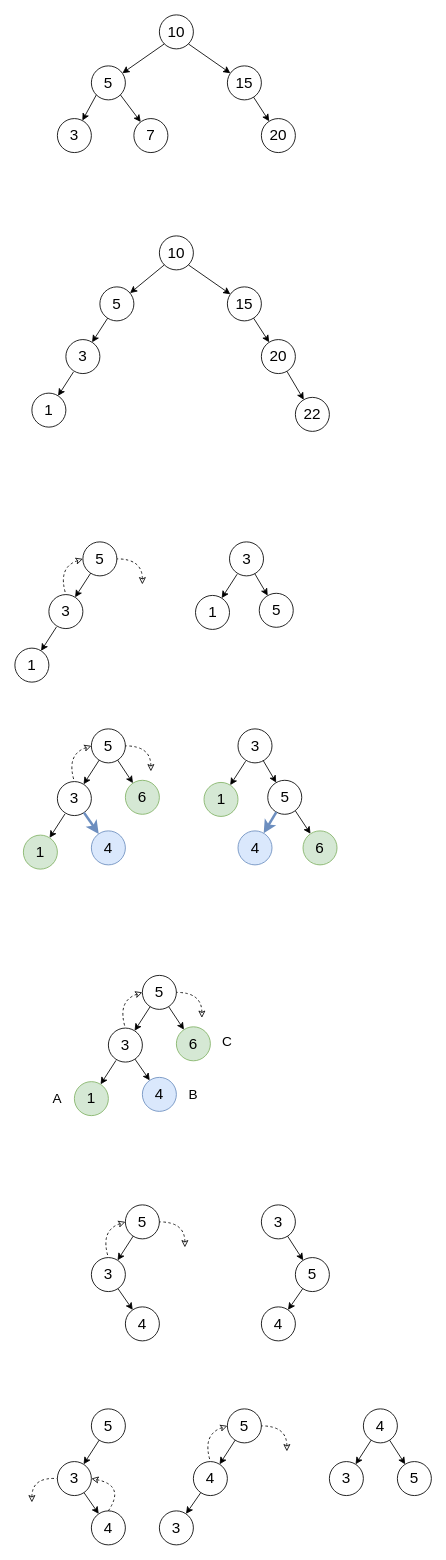
ascholerChemeketa/welcomeprogramming keeps this draw.io diagram as page "Page-1" (2 of 5) of external/images/balanced-trees/balancedtrees.drawio. Above is the earlier version. Source tidied: cells renumbered, new cells numbered last; positions are measured from the earlier drawing's top-left corner, leaving out a move shared by most shapes. Both pictures are drawn from the tidied source at 85%, with x=0, y=0 at pixel (14, 14).
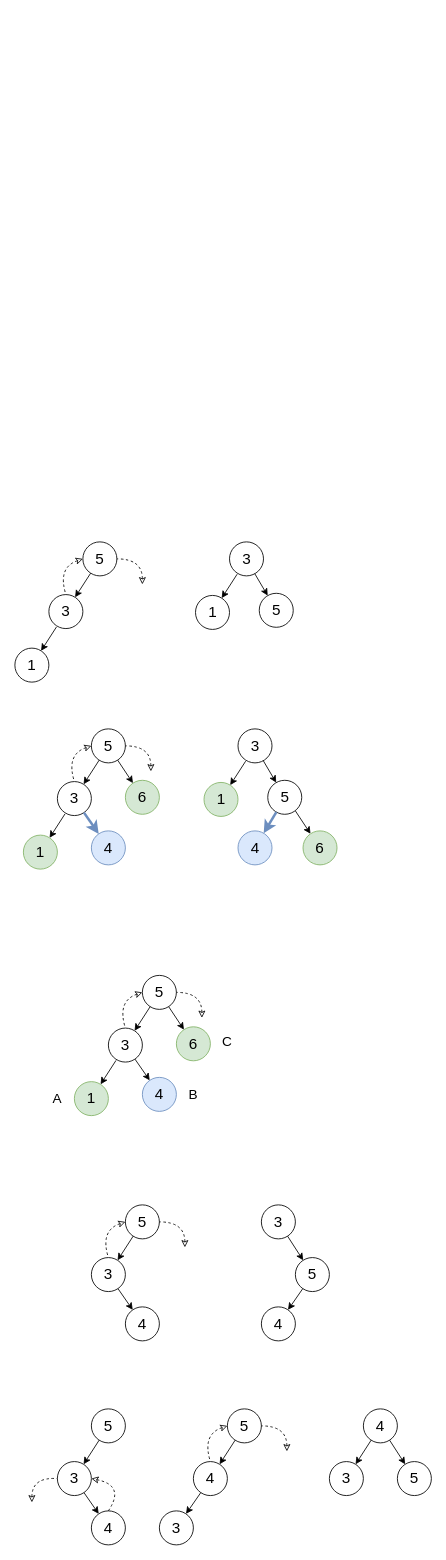
The same page after the edit.

Diff of the diagram source:
```diff
@@
-    <mxCell id="2" value="10" style="ellipse;whiteSpace=wrap;html=1;fontSize=18;" parent="1" vertex="1">
-      <mxGeometry x="170" width="40" height="40" as="geometry" />
-    </mxCell>
-    <mxCell id="3" value="5" style="ellipse;whiteSpace=wrap;html=1;fontSize=18;" parent="1" vertex="1">
-      <mxGeometry x="90" y="60" width="40" height="40" as="geometry" />
-    </mxCell>
-    <mxCell id="4" value="15" style="ellipse;whiteSpace=wrap;html=1;fontSize=18;" parent="1" vertex="1">
-      <mxGeometry x="250" y="60" width="40" height="40" as="geometry" />
-    </mxCell>
-    <mxCell id="5" value="20" style="ellipse;whiteSpace=wrap;html=1;fontSize=18;" parent="1" vertex="1">
-      <mxGeometry x="290" y="122" width="40" height="40" as="geometry" />
-    </mxCell>
-    <mxCell id="6" style="endArrow=classic;html=1;fontSize=18;exitX=0;exitY=1;exitDx=0;exitDy=0;" parent="1" edge="1" source="2" target="3">
-      <mxGeometry relative="1" as="geometry" />
-    </mxCell>
-    <mxCell id="7" style="endArrow=classic;html=1;fontSize=18;exitX=1;exitY=1;exitDx=0;exitDy=0;" parent="1" edge="1" source="2" target="4">
-      <mxGeometry relative="1" as="geometry" />
-    </mxCell>
-    <mxCell id="8" style="endArrow=classic;html=1;fontSize=18;" parent="1" edge="1" source="4" target="5">
-      <mxGeometry relative="1" as="geometry" />
-    </mxCell>
-    <mxCell id="9" value="7" style="ellipse;whiteSpace=wrap;html=1;fontSize=18;" parent="1" vertex="1">
-      <mxGeometry x="140" y="122" width="40" height="40" as="geometry" />
-    </mxCell>
-    <mxCell id="10" value="3" style="ellipse;whiteSpace=wrap;html=1;fontSize=18;" parent="1" vertex="1">
-      <mxGeometry x="50" y="122" width="40" height="40" as="geometry" />
-    </mxCell>
-    <mxCell id="11" style="endArrow=classic;html=1;fontSize=18;exitX=0;exitY=1;exitDx=0;exitDy=0;" parent="1" edge="1" source="3" target="10">
-      <mxGeometry relative="1" as="geometry" />
-    </mxCell>
-    <mxCell id="12" style="endArrow=classic;html=1;fontSize=18;exitX=1;exitY=1;exitDx=0;exitDy=0;" parent="1" edge="1" source="3" target="9">
-      <mxGeometry relative="1" as="geometry" />
-    </mxCell>
-    <mxCell id="13" value="10" style="ellipse;whiteSpace=wrap;html=1;fontSize=18;" parent="1" vertex="1">
-      <mxGeometry x="170" y="260" width="40" height="40" as="geometry" />
-    </mxCell>
-    <mxCell id="14" value="5" style="ellipse;whiteSpace=wrap;html=1;fontSize=18;" parent="1" vertex="1">
-      <mxGeometry x="100" y="320" width="40" height="40" as="geometry" />
-    </mxCell>
-    <mxCell id="15" value="15" style="ellipse;whiteSpace=wrap;html=1;fontSize=18;" parent="1" vertex="1">
-      <mxGeometry x="250" y="320" width="40" height="40" as="geometry" />
-    </mxCell>
-    <mxCell id="16" value="20" style="ellipse;whiteSpace=wrap;html=1;fontSize=18;" parent="1" vertex="1">
-      <mxGeometry x="290" y="382" width="40" height="40" as="geometry" />
-    </mxCell>
-    <mxCell id="17" style="endArrow=classic;html=1;fontSize=18;exitX=0;exitY=1;exitDx=0;exitDy=0;" parent="1" edge="1" source="13" target="14">
-      <mxGeometry relative="1" as="geometry" />
-    </mxCell>
-    <mxCell id="18" style="endArrow=classic;html=1;fontSize=18;exitX=1;exitY=1;exitDx=0;exitDy=0;" parent="1" edge="1" source="13" target="15">
-      <mxGeometry relative="1" as="geometry" />
-    </mxCell>
-    <mxCell id="19" style="endArrow=classic;html=1;fontSize=18;" parent="1" edge="1" source="15" target="16">
-      <mxGeometry relative="1" as="geometry" />
-    </mxCell>
-    <mxCell id="20" value="3" style="ellipse;whiteSpace=wrap;html=1;fontSize=18;" parent="1" vertex="1">
-      <mxGeometry x="60" y="382" width="40" height="40" as="geometry" />
-    </mxCell>
-    <mxCell id="21" style="endArrow=classic;html=1;fontSize=18;" parent="1" edge="1" source="14" target="20">
-      <mxGeometry relative="1" as="geometry" />
-    </mxCell>
-    <mxCell id="22" value="22" style="ellipse;whiteSpace=wrap;html=1;fontSize=18;" parent="1" vertex="1">
-      <mxGeometry x="330" y="450" width="40" height="40" as="geometry" />
-    </mxCell>
-    <mxCell id="23" style="endArrow=classic;html=1;fontSize=18;" parent="1" edge="1" source="16" target="22">
-      <mxGeometry relative="1" as="geometry" />
-    </mxCell>
-    <mxCell id="24" value="1" style="ellipse;whiteSpace=wrap;html=1;fontSize=18;" parent="1" vertex="1">
-      <mxGeometry x="20" y="445" width="40" height="40" as="geometry" />
-    </mxCell>
-    <mxCell id="25" style="endArrow=classic;html=1;fontSize=18;" parent="1" edge="1" target="24">
-      <mxGeometry relative="1" as="geometry">
-        <mxPoint x="69" y="420" as="sourcePoint" />
-      </mxGeometry>
-    </mxCell>
```
